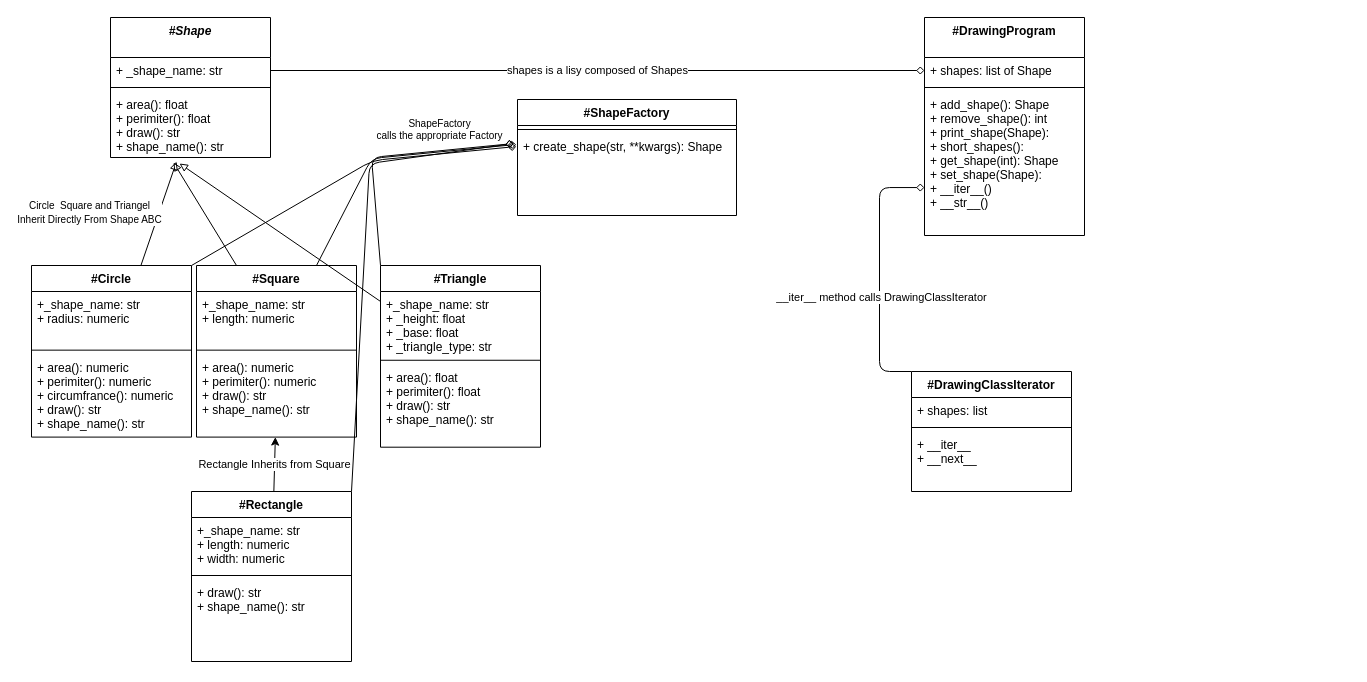
Above: doc/drawing_program_classes.drawio in warlicks/drawing_program (draw.io), before the change. Source tidied: cells renumbered, new cells numbered last; positions are measured from the earlier drawing's top-left corner, leaving out a move shared by most shapes. Both pictures are drawn from the tidied source at 100%, with x=0, y=0 at pixel (31, 17).
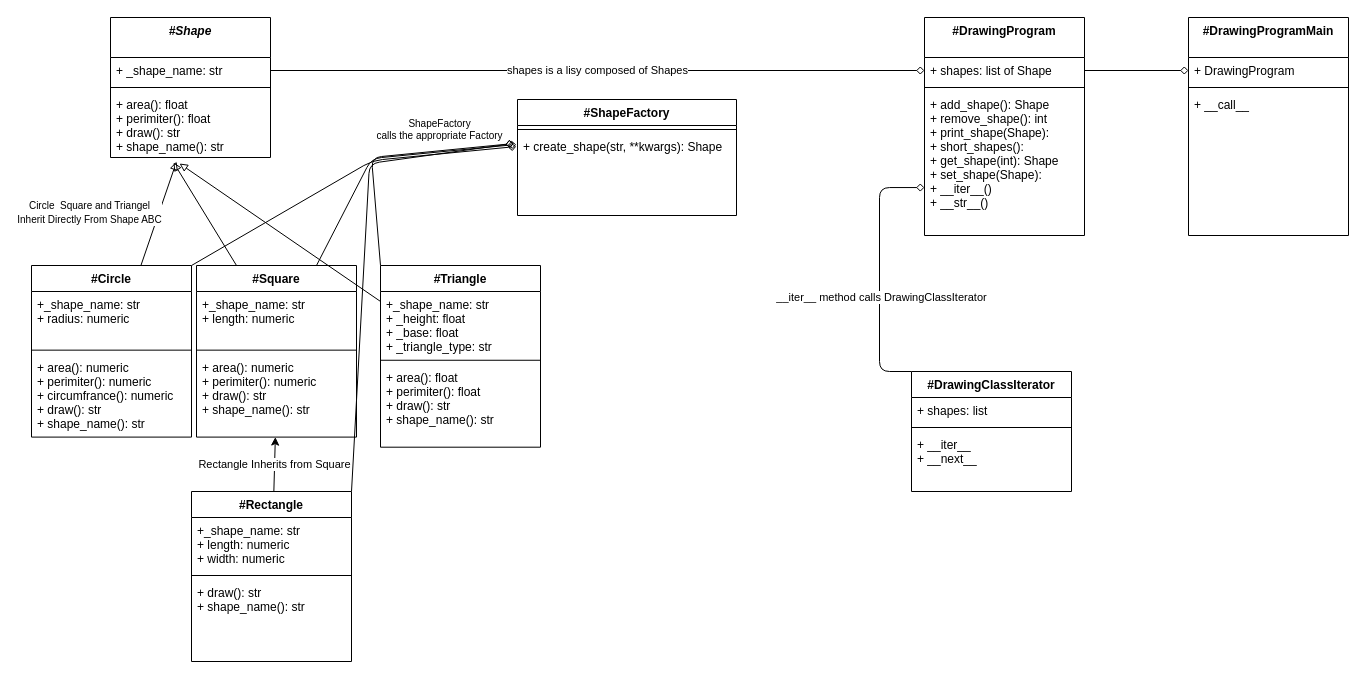
The same page after the edit.

Commit message (it also covers changes not shown here):
Finalized UML

Unchanged cells that the change refers to:
```xml
<mxCell id="19" value="+ shapes: list of Shape" style="text;strokeColor=none;fillColor=none;align=left;verticalAlign=top;spacingLeft=4;spacingRight=4;overflow=hidden;points=[[0,0.5],[1,0.5]];portConstraint=eastwest;" parent="18" vertex="1">
  <mxGeometry y="40" width="160" height="26" as="geometry" />
</mxCell>
```

The edit, as a diff of the source:
```diff
@@
+    <mxCell id="47" value="#DrawingProgramMain" style="swimlane;fontStyle=1;align=center;verticalAlign=top;horizontal=1;startSize=40;" parent="1" vertex="1">
+      <mxGeometry x="1157" width="160" height="218" as="geometry" />
+    </mxCell>
+    <mxCell id="48" value="+ DrawingProgram" style="text;strokeColor=none;fillColor=none;align=left;verticalAlign=top;spacingLeft=4;spacingRight=4;overflow=hidden;points=[[0,0.5],[1,0.5]];portConstraint=eastwest;" parent="47" vertex="1">
+      <mxGeometry y="40" width="160" height="26" as="geometry" />
+    </mxCell>
+    <mxCell id="49" style="line;strokeWidth=1;fillColor=none;align=left;verticalAlign=middle;spacingTop=-1;spacingLeft=3;spacingRight=3;labelPosition=right;strokeColor=inherit;" parent="47" vertex="1">
+      <mxGeometry y="66" width="160" height="8" as="geometry" />
+    </mxCell>
+    <mxCell id="50" value="+ __call__" style="text;strokeColor=none;fillColor=none;align=left;verticalAlign=top;spacingLeft=4;spacingRight=4;overflow=hidden;" parent="47" vertex="1">
+      <mxGeometry y="74" width="160" height="144" as="geometry" />
+    </mxCell>
+    <mxCell id="51" style="edgeStyle=none;html=1;exitX=1;exitY=0.5;exitDx=0;exitDy=0;entryX=0;entryY=0.5;entryDx=0;entryDy=0;endArrow=diamond;endFill=0;" parent="1" edge="1" source="19" target="48">
+      <mxGeometry relative="1" as="geometry" />
+    </mxCell>
```
